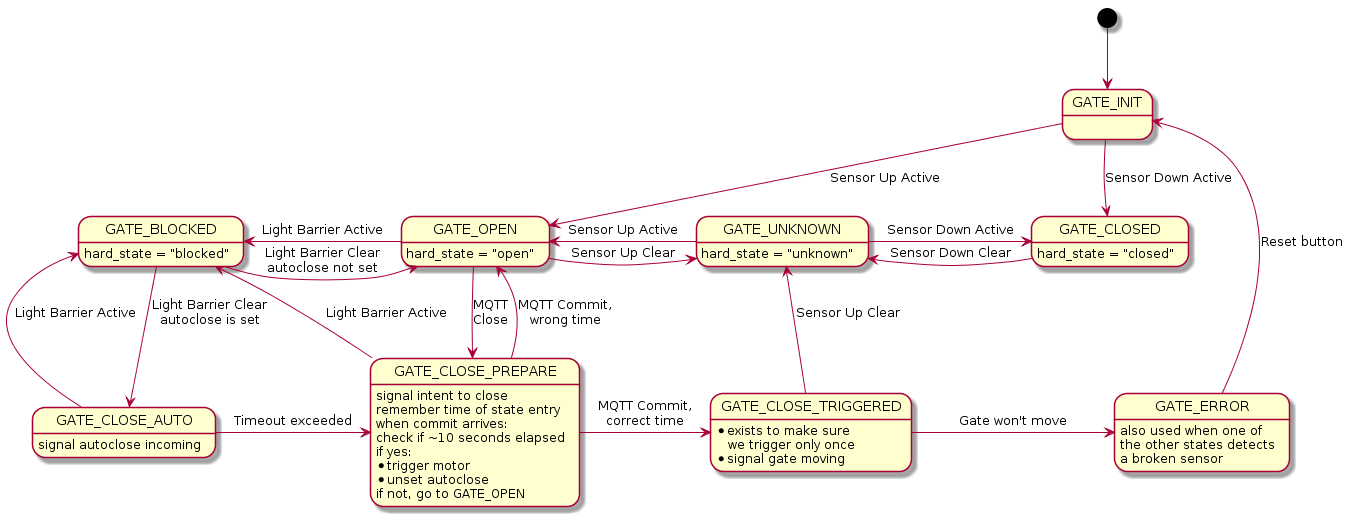
Above: docs/statemachine.png in Svedrin/gatecontrol (PlantUML), before the change. Source of this version:
```plantuml
@startuml

[*] --> GATE_INIT

GATE_INIT    -down-> GATE_CLOSED   : Sensor Down Active
GATE_INIT    -down-> GATE_OPEN     : Sensor Up Active

GATE_BLOCKED -right-> GATE_OPEN    : Light Barrier Clear\nautoclose not set
GATE_OPEN    -left->  GATE_BLOCKED : Light Barrier Active

GATE_UNKNOWN -right-> GATE_CLOSED  : Sensor Down Active
GATE_CLOSED  -left->  GATE_UNKNOWN : Sensor Down Clear

GATE_OPEN    -right-> GATE_UNKNOWN : Sensor Up Clear
GATE_UNKNOWN -left->  GATE_OPEN    : Sensor Up Active

GATE_OPEN:    hard_state = "open"
GATE_UNKNOWN: hard_state = "unknown"
GATE_CLOSED:  hard_state = "closed"
GATE_BLOCKED: hard_state = "blocked"


GATE_BLOCKED    -down->  GATE_CLOSE_AUTO    : Light Barrier Clear\nautoclose is set
GATE_CLOSE_AUTO -up->    GATE_BLOCKED       : Light Barrier Active
GATE_CLOSE_AUTO -right-> GATE_CLOSE_PREPARE : Timeout exceeded
GATE_CLOSE_AUTO : signal autoclose incoming

GATE_OPEN    -down->  GATE_CLOSE_PREPARE : MQTT\nClose
GATE_CLOSE_PREPARE: signal intent to close
GATE_CLOSE_PREPARE: remember time of state entry
GATE_CLOSE_PREPARE: when commit arrives:
GATE_CLOSE_PREPARE: check if ~10 seconds elapsed
GATE_CLOSE_PREPARE: if yes:
GATE_CLOSE_PREPARE: * trigger motor
GATE_CLOSE_PREPARE: * unset autoclose
GATE_CLOSE_PREPARE: if not, go to GATE_OPEN

GATE_CLOSE_PREPARE   -up->     GATE_BLOCKED         : Light Barrier Active
GATE_CLOSE_PREPARE   -up->     GATE_OPEN            : MQTT Commit,\nwrong time
GATE_CLOSE_PREPARE   -right->  GATE_CLOSE_TRIGGERED : MQTT Commit,\ncorrect time

GATE_CLOSE_TRIGGERED -up->     GATE_UNKNOWN         : Sensor Up Clear
GATE_CLOSE_TRIGGERED -right->  GATE_ERROR           : Gate won't move
GATE_CLOSE_TRIGGERED: * exists to make sure\n   we trigger only once
GATE_CLOSE_TRIGGERED: * signal gate moving

GATE_ERROR           -up->     GATE_INIT            : Reset button
GATE_ERROR: also used when one of
GATE_ERROR: the other states detects
GATE_ERROR: a broken sensor

@enduml
```
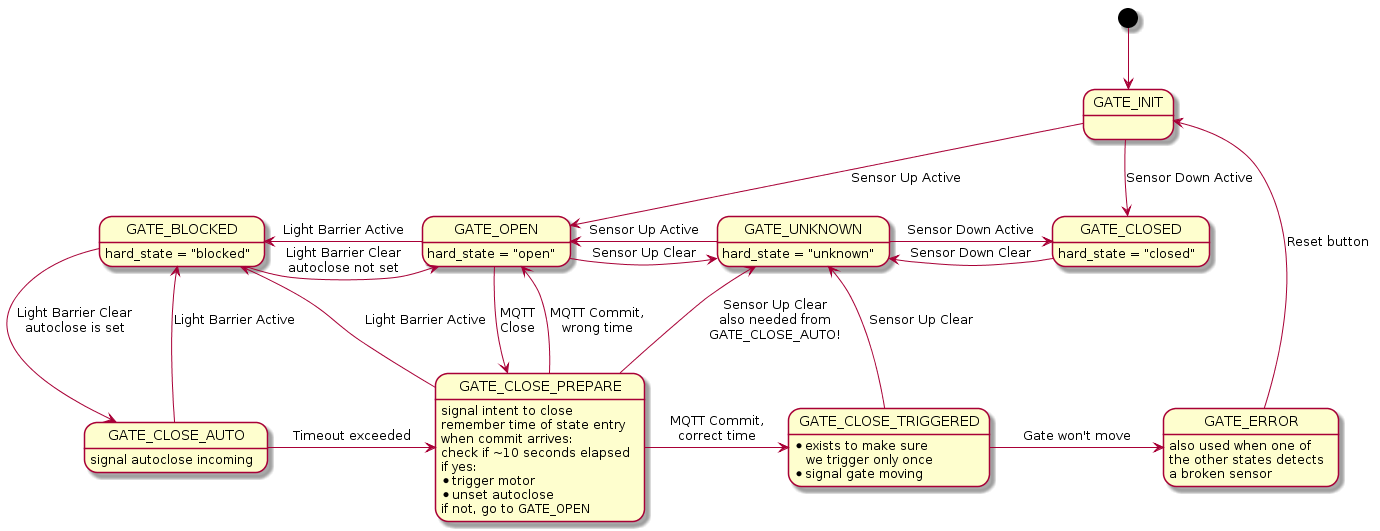
After the commit.

Commit message:
missed an edge case

Diff of the diagram source:
```diff
@@ -36,6 +36,7 @@
 GATE_CLOSE_PREPARE: if not, go to GATE_OPEN
 
 GATE_CLOSE_PREPARE   -up->     GATE_BLOCKED         : Light Barrier Active
+GATE_CLOSE_PREPARE   -up->     GATE_UNKNOWN         : Sensor Up Clear\nalso needed from\nGATE_CLOSE_AUTO!
 GATE_CLOSE_PREPARE   -up->     GATE_OPEN            : MQTT Commit,\nwrong time
 GATE_CLOSE_PREPARE   -right->  GATE_CLOSE_TRIGGERED : MQTT Commit,\ncorrect time
 
```
